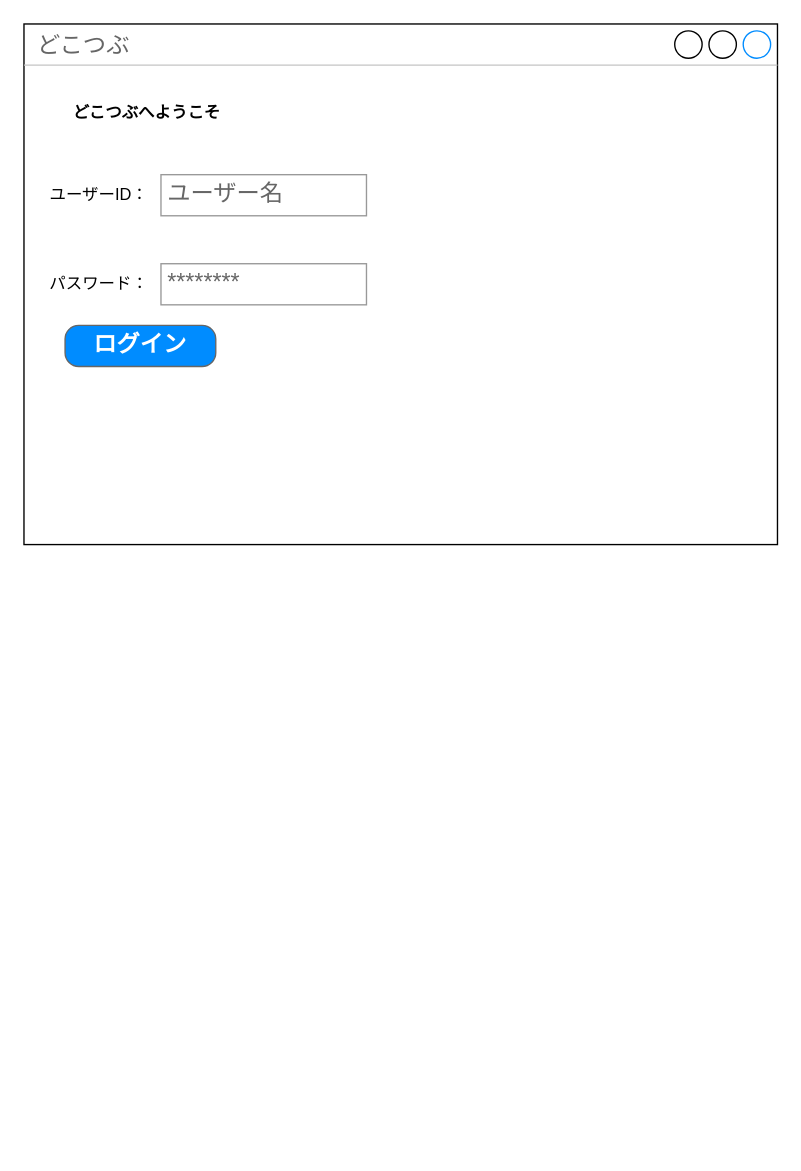
This is naninisiyokana-.drawio from K240415419/sampleRepo, a draw.io file, before an edit. Source tidied: cells renumbered, new cells numbered last; positions are measured from the earlier drawing's top-left corner, leaving out a move shared by most shapes. Both pictures are drawn from the tidied source at 137%, with x=0, y=0 at pixel (23, 23).
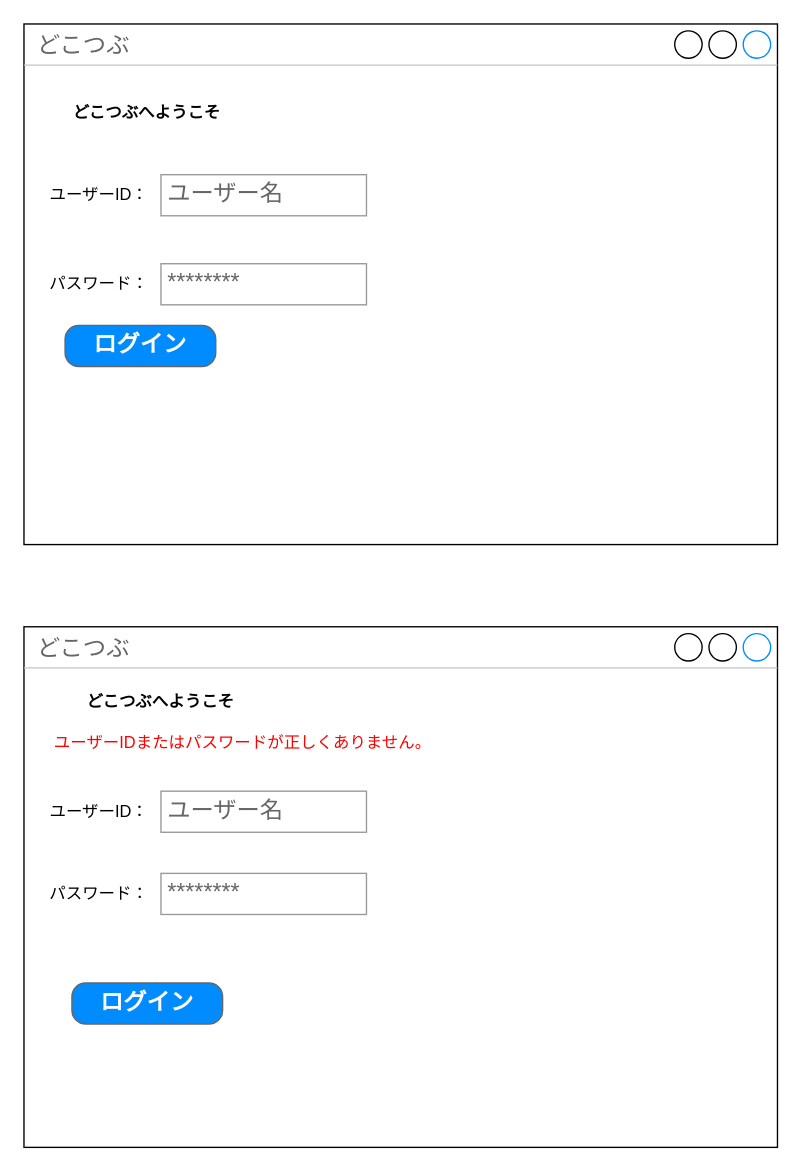
After the change.

Commit message:
パスワードミス

Diff of the diagram source:
```diff
@@
 <mxGraphModel>
   <root>
     <mxCell id="0" />
     <mxCell id="1" parent="0" />
     <mxCell id="2" value="どこつぶ" style="strokeWidth=1;shadow=0;dashed=0;align=center;html=1;shape=mxgraph.mockup.containers.window;align=left;verticalAlign=top;spacingLeft=8;strokeColor2=#008cff;strokeColor3=#c4c4c4;fontColor=#666666;mainText=;fontSize=17;labelBackgroundColor=none;whiteSpace=wrap;" parent="1" vertex="1">
       <mxGeometry width="550" height="380" as="geometry" />
     </mxCell>
     <mxCell id="3" value="ユーザー名" style="strokeWidth=1;shadow=0;dashed=0;align=center;html=1;shape=mxgraph.mockup.forms.pwField;strokeColor=#999999;mainText=;align=left;fontColor=#666666;fontSize=17;spacingLeft=3;" parent="1" vertex="1">
       <mxGeometry x="100" y="110" width="150" height="30" as="geometry" />
     </mxCell>
     <mxCell id="4" value="********" style="strokeWidth=1;shadow=0;dashed=0;align=center;html=1;shape=mxgraph.mockup.forms.pwField;strokeColor=#999999;mainText=;align=left;fontColor=#666666;fontSize=17;spacingLeft=3;" parent="1" vertex="1">
       <mxGeometry x="100" y="175" width="150" height="30" as="geometry" />
     </mxCell>
     <mxCell id="5" value="パスワード：" style="text;strokeColor=none;align=center;fillColor=none;html=1;verticalAlign=middle;whiteSpace=wrap;rounded=0;" parent="1" vertex="1">
       <mxGeometry x="10" y="175" width="90" height="30" as="geometry" />
     </mxCell>
     <mxCell id="6" value="ユーザーID：" style="text;strokeColor=none;align=center;fillColor=none;html=1;verticalAlign=middle;whiteSpace=wrap;rounded=0;" parent="1" vertex="1">
       <mxGeometry x="10" y="110" width="90" height="30" as="geometry" />
     </mxCell>
     <mxCell id="7" value="&lt;b&gt;どこつぶへようこそ&lt;/b&gt;" style="text;strokeColor=none;align=center;fillColor=none;html=1;verticalAlign=middle;whiteSpace=wrap;rounded=0;" parent="1" vertex="1">
       <mxGeometry x="10" y="50" width="160" height="30" as="geometry" />
     </mxCell>
     <mxCell id="8" value="ログイン" style="strokeWidth=1;shadow=0;dashed=0;align=center;html=1;shape=mxgraph.mockup.buttons.button;strokeColor=#666666;fontColor=#ffffff;mainText=;buttonStyle=round;fontSize=17;fontStyle=1;fillColor=#008cff;whiteSpace=wrap;" parent="1" vertex="1">
       <mxGeometry x="30" y="220" width="110" height="30" as="geometry" />
     </mxCell>
+    <mxCell id="9" value="どこつぶ" style="strokeWidth=1;shadow=0;dashed=0;align=center;html=1;shape=mxgraph.mockup.containers.window;align=left;verticalAlign=top;spacingLeft=8;strokeColor2=#008cff;strokeColor3=#c4c4c4;fontColor=#666666;mainText=;fontSize=17;labelBackgroundColor=none;whiteSpace=wrap;" parent="1" vertex="1">
+      <mxGeometry y="440" width="550" height="380" as="geometry" />
+    </mxCell>
+    <mxCell id="10" value="&lt;b&gt;どこつぶへようこそ&lt;/b&gt;" style="text;strokeColor=none;align=center;fillColor=none;html=1;verticalAlign=middle;whiteSpace=wrap;rounded=0;" parent="1" vertex="1">
+      <mxGeometry x="20" y="480" width="160" height="30" as="geometry" />
+    </mxCell>
+    <mxCell id="11" value="ユーザーID：" style="text;strokeColor=none;align=center;fillColor=none;html=1;verticalAlign=middle;whiteSpace=wrap;rounded=0;" parent="1" vertex="1">
+      <mxGeometry x="10" y="560" width="90" height="30" as="geometry" />
+    </mxCell>
+    <mxCell id="12" value="パスワード：" style="text;strokeColor=none;align=center;fillColor=none;html=1;verticalAlign=middle;whiteSpace=wrap;rounded=0;" parent="1" vertex="1">
+      <mxGeometry x="10" y="620" width="90" height="30" as="geometry" />
+    </mxCell>
+    <mxCell id="13" value="ユーザー名" style="strokeWidth=1;shadow=0;dashed=0;align=center;html=1;shape=mxgraph.mockup.forms.pwField;strokeColor=#999999;mainText=;align=left;fontColor=#666666;fontSize=17;spacingLeft=3;" parent="1" vertex="1">
+      <mxGeometry x="100" y="560" width="150" height="30" as="geometry" />
+    </mxCell>
+    <mxCell id="14" value="********" style="strokeWidth=1;shadow=0;dashed=0;align=center;html=1;shape=mxgraph.mockup.forms.pwField;strokeColor=#999999;mainText=;align=left;fontColor=#666666;fontSize=17;spacingLeft=3;" parent="1" vertex="1">
+      <mxGeometry x="100" y="620" width="150" height="30" as="geometry" />
+    </mxCell>
+    <mxCell id="15" value="ログイン" style="strokeWidth=1;shadow=0;dashed=0;align=center;html=1;shape=mxgraph.mockup.buttons.button;strokeColor=#666666;fontColor=#ffffff;mainText=;buttonStyle=round;fontSize=17;fontStyle=1;fillColor=#008cff;whiteSpace=wrap;" parent="1" vertex="1">
+      <mxGeometry x="35" y="700" width="110" height="30" as="geometry" />
+    </mxCell>
+    <mxCell id="16" value="&lt;font color=&quot;#ff0000&quot;&gt;ユーザーIDまたはパスワードが正しくありません。&lt;/font&gt;" style="text;strokeColor=none;align=center;fillColor=none;html=1;verticalAlign=middle;whiteSpace=wrap;rounded=0;" parent="1" vertex="1">
+      <mxGeometry x="10" y="510" width="300" height="30" as="geometry" />
+    </mxCell>
   </root>
 </mxGraphModel>
```
